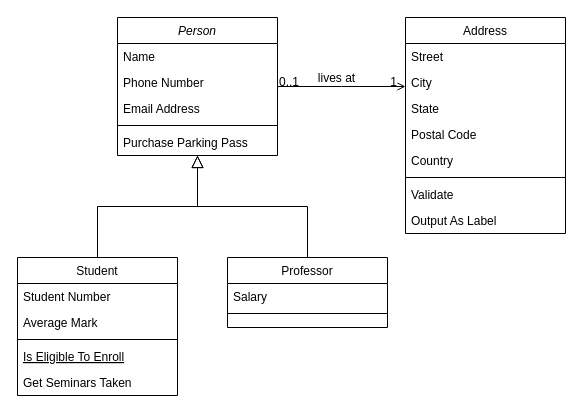
The draw.io diagram Untitled Diagram.drawio in Holland993/testing-realm, before the edit. Source tidied: cells renumbered, new cells numbered last; positions are measured from the earlier drawing's top-left corner, leaving out a move shared by most shapes. Both pictures are drawn from the tidied source at 100%, with x=0, y=0 at pixel (17, 17).
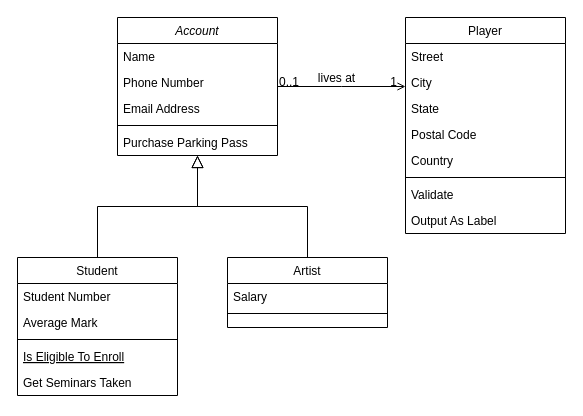
The same page after the edit.

What changed in the source:
```diff
@@
-    <mxCell id="2" value="Person" style="swimlane;fontStyle=2;align=center;verticalAlign=top;horizontal=1;startSize=26;rounded=0;shadow=0;strokeWidth=1;" parent="1" vertex="1">
+    <mxCell id="2" value="Account" style="swimlane;fontStyle=2;align=center;verticalAlign=top;horizontal=1;startSize=26;rounded=0;shadow=0;strokeWidth=1;" parent="1" vertex="1">
       <mxGeometry x="100" width="160" height="138" as="geometry" />
     </mxCell>
@@
-    <mxCell id="15" value="Professor" style="swimlane;fontStyle=0;align=center;verticalAlign=top;horizontal=1;startSize=26;rounded=0;shadow=0;strokeWidth=1;" parent="1" vertex="1">
+    <mxCell id="15" value="Artist" style="swimlane;fontStyle=0;align=center;verticalAlign=top;horizontal=1;startSize=26;rounded=0;shadow=0;strokeWidth=1;" parent="1" vertex="1">
       <mxGeometry x="210" y="240" width="160" height="70" as="geometry" />
     </mxCell>
@@
-    <mxCell id="19" value="Address" style="swimlane;fontStyle=0;align=center;verticalAlign=top;horizontal=1;startSize=26;rounded=0;shadow=0;strokeWidth=1;" parent="1" vertex="1">
+    <mxCell id="19" value="Player" style="swimlane;fontStyle=0;align=center;verticalAlign=top;horizontal=1;startSize=26;rounded=0;shadow=0;strokeWidth=1;" parent="1" vertex="1">
       <mxGeometry x="388" width="160" height="216" as="geometry" />
     </mxCell>
```
